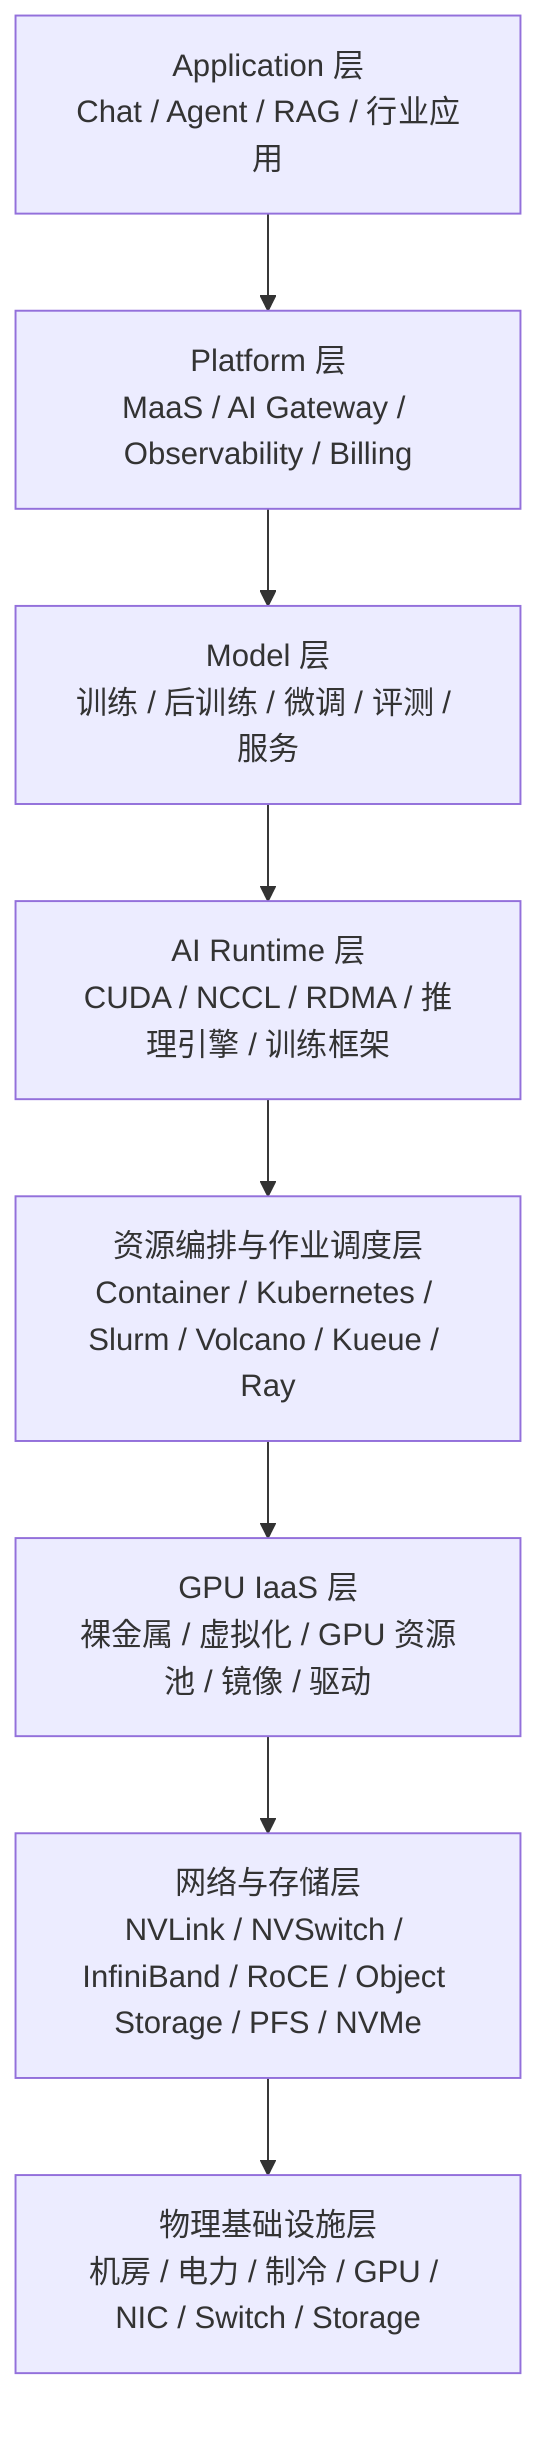
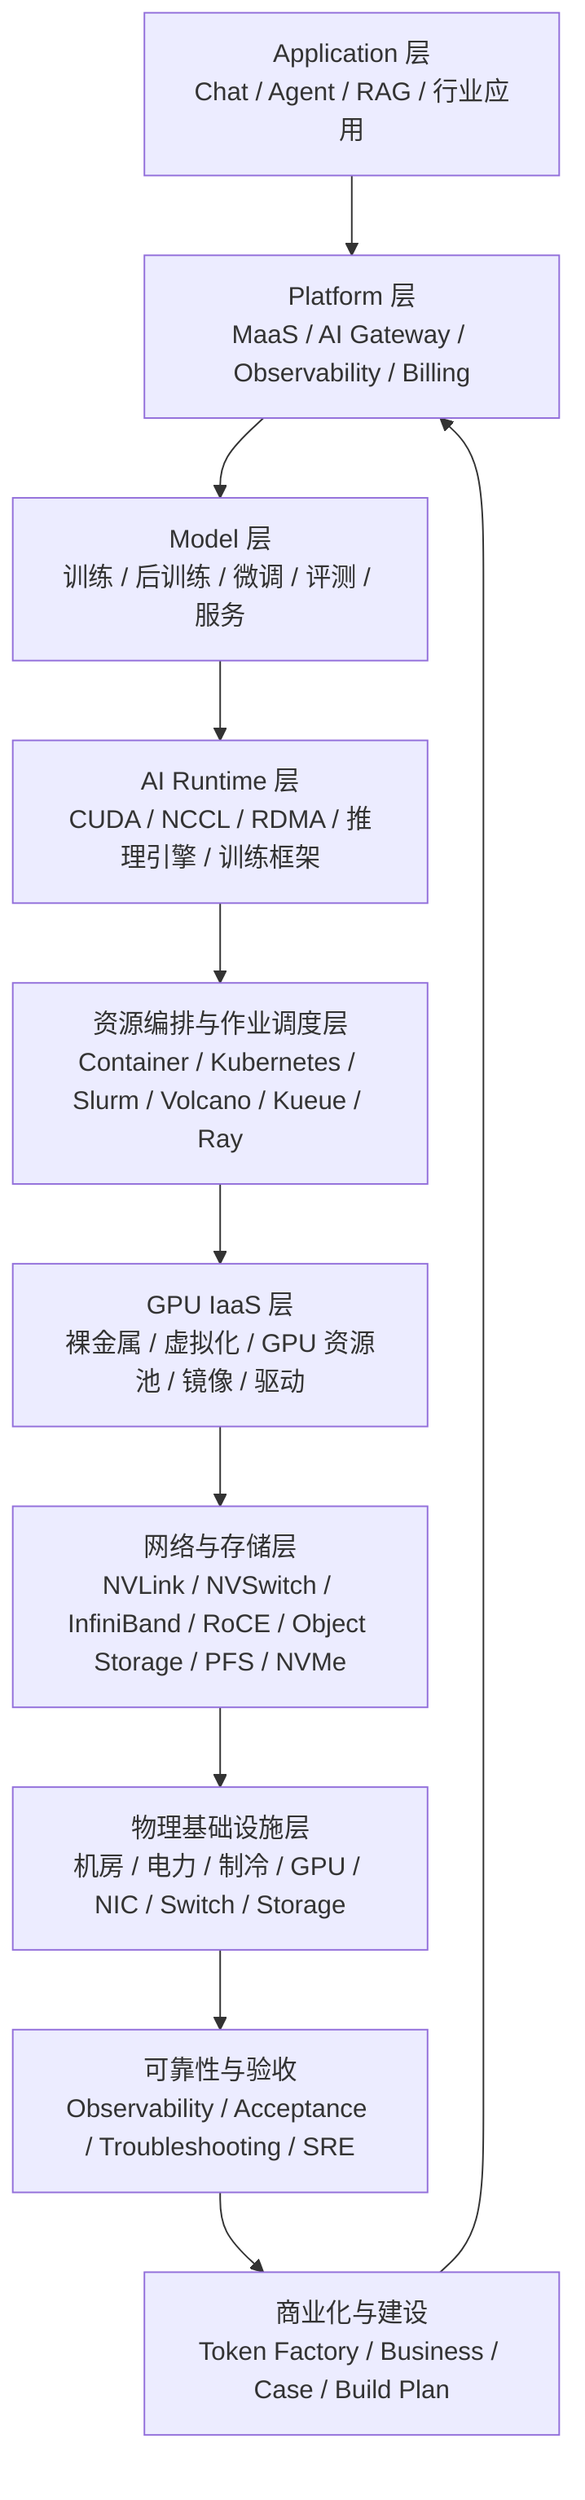
flowchart TB
  A["Application 层
Chat / Agent / RAG / 行业应用"] --> B["Platform 层
MaaS / AI Gateway / Observability / Billing"]
  B --> C["Model 层
训练 / 后训练 / 微调 / 评测 / 服务"]
  C --> D["AI Runtime 层
CUDA / NCCL / RDMA / 推理引擎 / 训练框架"]
  D --> E["资源编排与作业调度层
Container / Kubernetes / Slurm / Volcano / Kueue / Ray"]
  E --> F["GPU IaaS 层
裸金属 / 虚拟化 / GPU 资源池 / 镜像 / 驱动"]
  F --> G["网络与存储层
NVLink / NVSwitch / InfiniBand / RoCE / Object Storage / PFS / NVMe"]
  G --> H["物理基础设施层
机房 / 电力 / 制冷 / GPU / NIC / Switch / Storage"]
+   H --> I["可靠性与验收
+ Observability / Acceptance / Troubleshooting / SRE"]
+   I --> J["商业化与建设
+ Token Factory / Business / Case / Build Plan"]
+   J --> B
